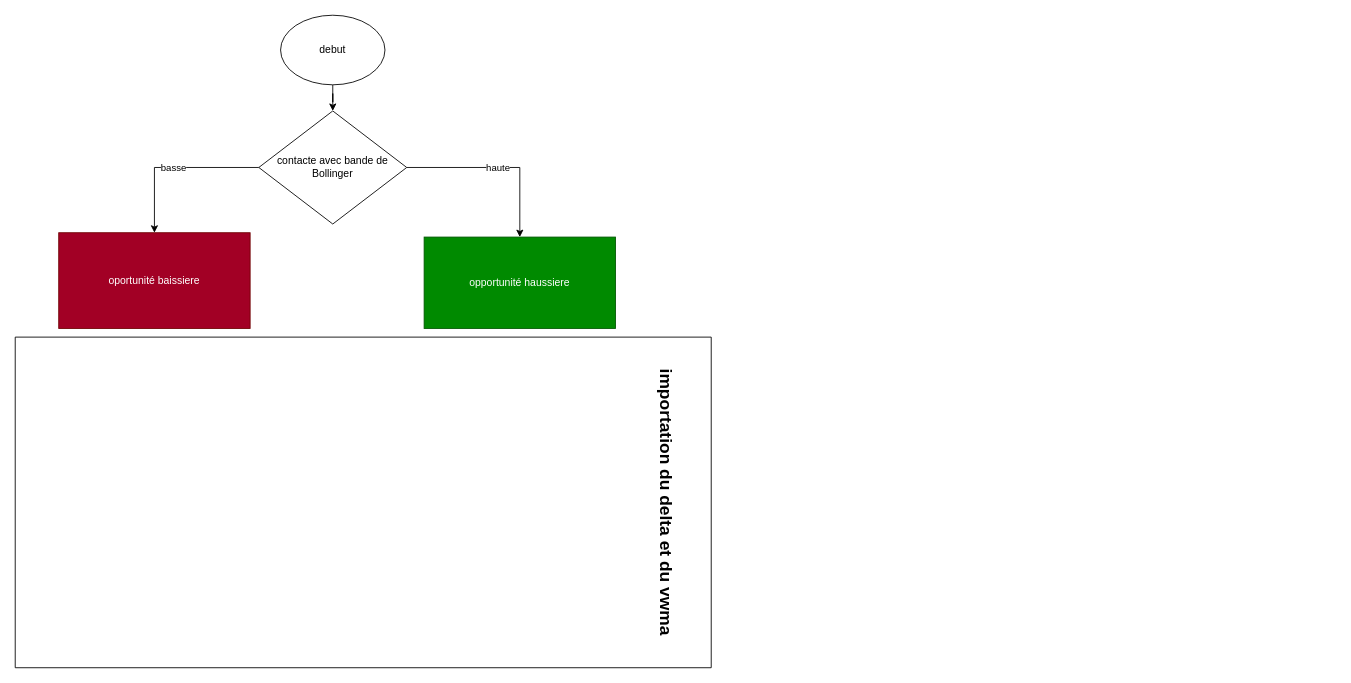
Before: 0/Diagramme sans nom.drawio in CARL-Bouvet/strategie1, a draw.io diagram. Source tidied: cells renumbered, new cells numbered last; positions are measured from the earlier drawing's top-left corner, leaving out a move shared by most shapes. Both pictures are drawn from the tidied source at 87%, with x=0, y=0 at pixel (15, 15).
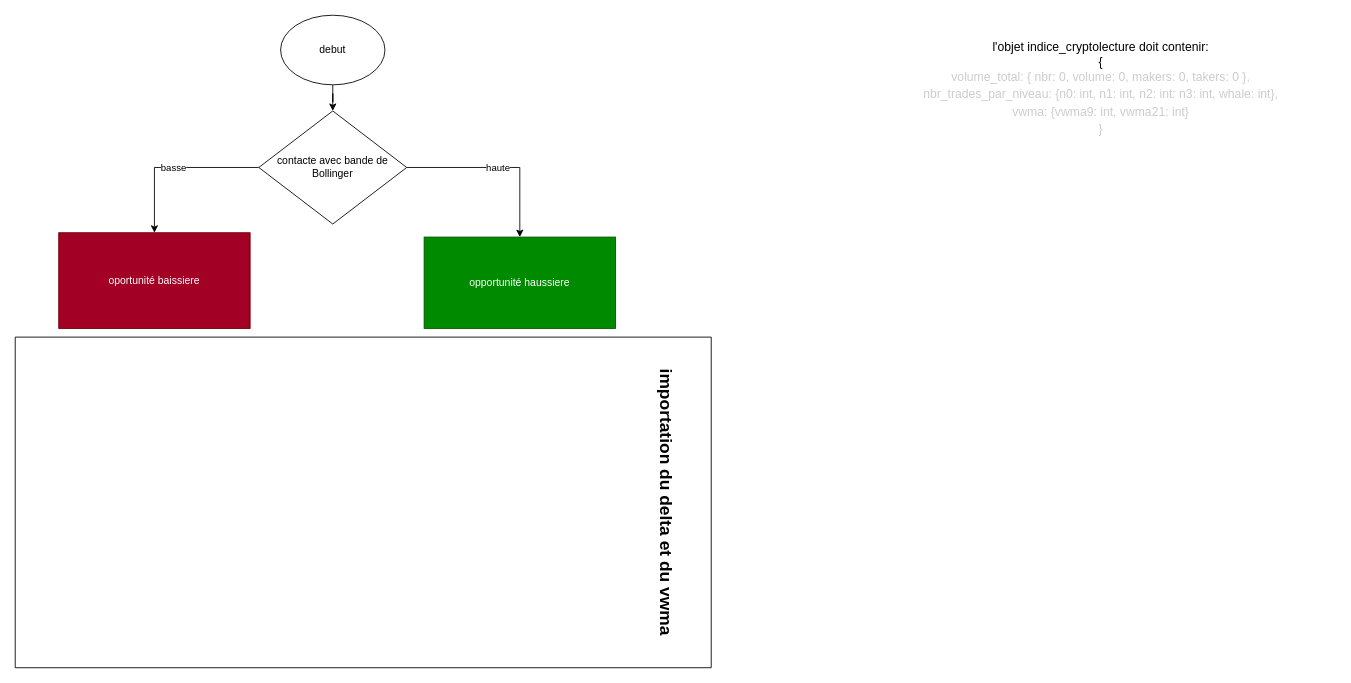
After the change.

The edit, as a diff of the source:
```diff
@@
 <mxGraphModel>
   <root>
     <mxCell id="0" />
     <mxCell id="1" parent="0" />
     <mxCell id="2" style="edgeStyle=orthogonalEdgeStyle;rounded=0;jettySize=auto;html=1;" parent="1" edge="1" source="3" target="6">
       <mxGeometry relative="1" as="geometry" />
     </mxCell>
     <mxCell id="3" value="debut" style="ellipse;whiteSpace=wrap;html=1;" parent="1" vertex="1">
       <mxGeometry x="305" width="120" height="80" as="geometry" />
     </mxCell>
     <mxCell id="4" value="haute" style="edgeStyle=orthogonalEdgeStyle;rounded=0;jettySize=auto;html=1;" parent="1" edge="1" source="6" target="10">
       <mxGeometry relative="1" as="geometry" />
     </mxCell>
     <mxCell id="5" value="basse" style="edgeStyle=orthogonalEdgeStyle;rounded=0;jettySize=auto;html=1;" parent="1" edge="1" source="6" target="7">
       <mxGeometry relative="1" as="geometry" />
     </mxCell>
     <mxCell id="6" value="contacte avec bande de Bollinger" style="rhombus;whiteSpace=wrap;html=1;" parent="1" vertex="1">
       <mxGeometry x="280" y="110" width="170" height="130" as="geometry" />
     </mxCell>
     <mxCell id="7" value="oportunité baissiere" style="whiteSpace=wrap;html=1;fillColor=#a20025;fontColor=#ffffff;strokeColor=#6F0000;" parent="1" vertex="1">
       <mxGeometry x="50" y="250" width="220" height="110" as="geometry" />
     </mxCell>
     <mxCell id="8" style="swimlane;startSize=0;" parent="1" vertex="1">
       <mxGeometry y="370" width="800" height="380" as="geometry" />
     </mxCell>
     <mxCell id="9" value="&lt;b&gt;&lt;font style=&quot;font-size: 20px;&quot;&gt;importation du delta et du vwma&lt;/font&gt;&lt;/b&gt;" style="text;html=1;whiteSpace=wrap;strokeColor=none;fillColor=none;align=center;verticalAlign=middle;rounded=0;rotation=90;" parent="8" vertex="1">
       <mxGeometry x="590" y="150" width="320" height="80" as="geometry" />
     </mxCell>
     <mxCell id="10" value="opportunité haussiere" style="whiteSpace=wrap;html=1;fillColor=#008a00;fontColor=#ffffff;strokeColor=#005700;" parent="1" vertex="1">
       <mxGeometry x="470" y="255" width="220" height="105" as="geometry" />
     </mxCell>
+    <mxCell id="11" value="&lt;font style=&quot;font-size: 14px;&quot;&gt;l'objet indice_cryptolecture doit contenir:&lt;/font&gt;&lt;div&gt;&lt;span style=&quot;font-size: 14px;&quot;&gt;{&lt;br&gt;&lt;/span&gt;&lt;div&gt;&lt;div style=&quot;line-height: 19px; white-space: pre;&quot;&gt;&lt;font style=&quot;color: light-dark(rgb(204, 204, 204), rgb(255, 255, 255)); font-size: 14px;&quot; face=&quot;Helvetica&quot;&gt;volume_total: { nbr: 0, volume: 0, makers: 0, takers: 0 },&lt;/font&gt;&lt;/div&gt;&lt;/div&gt;&lt;div style=&quot;line-height: 19px; white-space: pre;&quot;&gt;&lt;font style=&quot;color: light-dark(rgb(204, 204, 204), rgb(255, 255, 255)); font-size: 14px;&quot; face=&quot;Helvetica&quot;&gt;nbr_trades_par_niveau: {n0: int, n1: int, n2: int: n3: int, whale: int},&lt;/font&gt;&lt;/div&gt;&lt;div style=&quot;line-height: 19px; white-space: pre;&quot;&gt;&lt;font style=&quot;color: light-dark(rgb(204, 204, 204), rgb(255, 255, 255)); font-size: 14px;&quot; face=&quot;Helvetica&quot;&gt;vwma: {vwma9: int, vwma21: int}&lt;br&gt;&lt;/font&gt;&lt;/div&gt;&lt;/div&gt;&lt;div style=&quot;line-height: 19px; white-space: pre;&quot;&gt;&lt;font style=&quot;color: light-dark(rgb(204, 204, 204), rgb(255, 255, 255)); font-size: 14px;&quot; face=&quot;Helvetica&quot;&gt;}&lt;/font&gt;&lt;/div&gt;" style="text;html=1;whiteSpace=wrap;strokeColor=none;fillColor=none;align=center;verticalAlign=middle;rounded=0;" parent="1" vertex="1">
+      <mxGeometry x="978" y="10" width="540" height="150" as="geometry" />
+    </mxCell>
   </root>
 </mxGraphModel>
```
